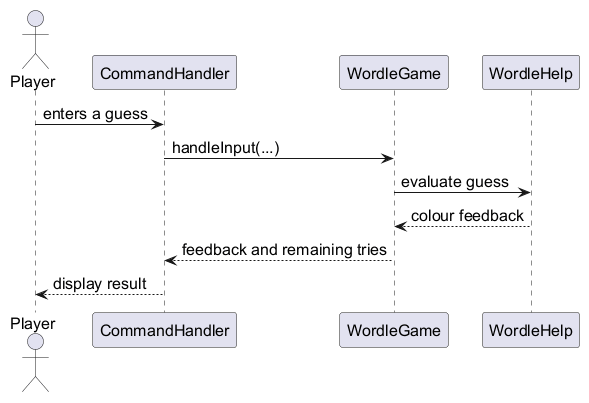
The PlantUML diagram docs/diagrams/wordle-guess-sequence.png in AY2627S1-CS2113-W12-3/tp, before a commit.
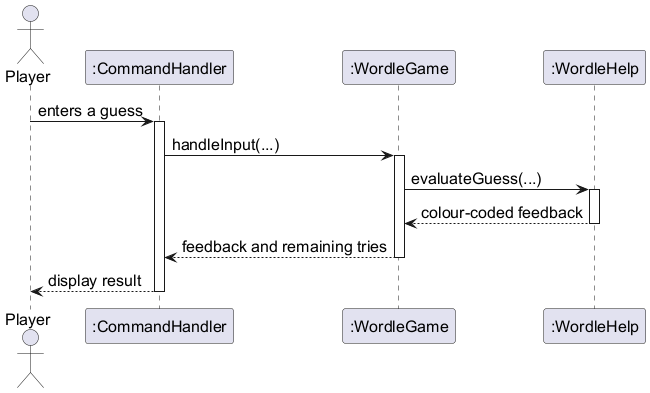
The same diagram one commit later.

The edit, as a diff of the source:
```diff
@@ -1,14 +1,25 @@
 @startuml
-skinparam defaultFontSize 16
+!include style.iuml
+
 actor Player
-participant CommandHandler as Handler
-participant WordleGame as Game
-participant WordleHelp as Hints
+participant ":CommandHandler" as Handler
+participant ":WordleGame" as Game
+participant ":WordleHelp" as Hints
 
-Player -> Handler: enters a guess
-Handler -> Game: handleInput(...)
-Game -> Hints: evaluate guess
-Hints --> Game: colour feedback
-Game --> Handler: feedback and remaining tries
-Handler --> Player: display result
+Player -> Handler : enters a guess
+activate Handler
+
+Handler -> Game : handleInput(...)
+activate Game
+
+Game -> Hints : evaluateGuess(...)
+activate Hints
+Hints --> Game : colour-coded feedback
+deactivate Hints
+
+Game --> Handler : feedback and remaining tries
+deactivate Game
+
+Handler --> Player : display result
+deactivate Handler
 @enduml
```
